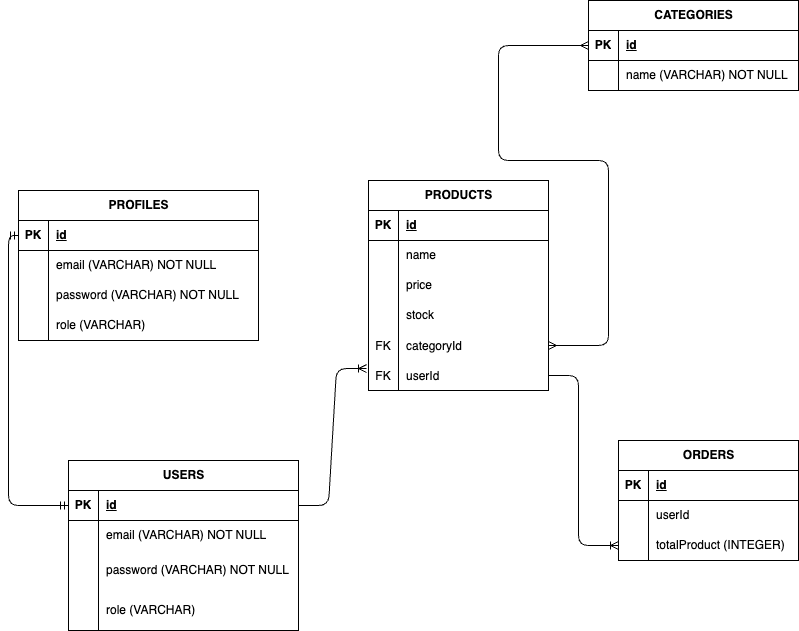
rassyamaulanahandoyo/Daily-Dose-Coffee keeps this draw.io diagram as schema.drawio.png. Above is the earlier version. Source tidied: cells renumbered, new cells last; positions are measured from the earlier drawing's top-left corner, leaving out a move shared by most shapes.
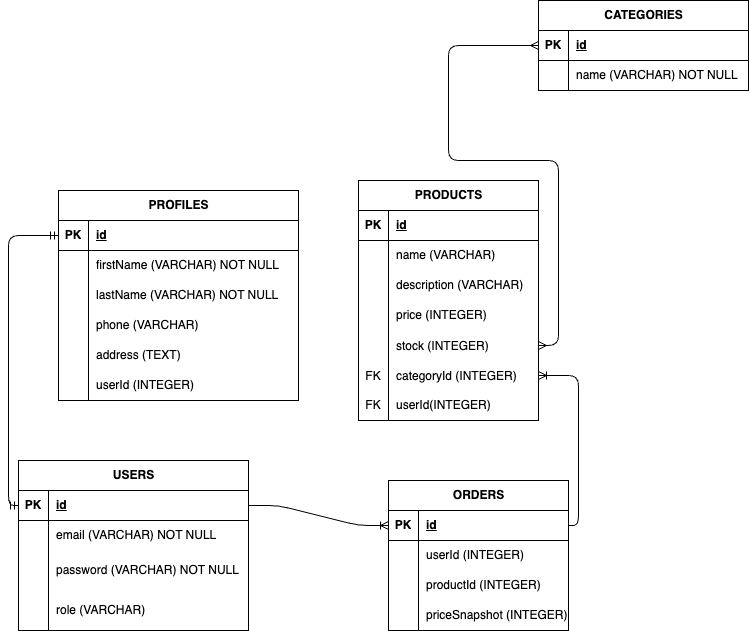
The same diagram one commit later.

Diff of the diagram source:
```diff
@@ -3,7 +3,7 @@
     <mxCell id="0" />
     <mxCell id="1" parent="0" />
     <mxCell id="2" value="PROFILES" style="shape=table;startSize=30;rowLines=0;fontStyle=1;align=center;html=1;" parent="1" vertex="1">
-      <mxGeometry y="190" width="240" height="150" as="geometry" />
+      <mxGeometry x="90" y="190" width="240" height="210" as="geometry" />
     </mxCell>
     <mxCell id="3" style="shape=tableRow;horizontal=0;startSize=0;swimlaneHead=0;swimlaneBody=0;fillColor=none;points=[[0,0.5],[1,0.5]];portConstraint=eastwest;top=0;left=0;right=0;bottom=1;" parent="2" vertex="1">
       <mxGeometry y="30" width="240" height="30" as="geometry" />
@@ -20,7 +20,7 @@
     <mxCell id="7" style="shape=partialRectangle;fillColor=none;top=0;left=0;bottom=0;right=0;overflow=hidden;whiteSpace=wrap;html=1;" parent="6" vertex="1">
       <mxGeometry width="30" height="30" as="geometry" />
     </mxCell>
-    <mxCell id="8" value="email (VARCHAR) NOT NULL&amp;nbsp;" style="shape=partialRectangle;fillColor=none;top=0;left=0;bottom=0;right=0;align=left;spacingLeft=6;overflow=hidden;whiteSpace=wrap;html=1;" parent="6" vertex="1">
+    <mxCell id="8" value="firstName (VARCHAR) NOT NULL&amp;nbsp;" style="shape=partialRectangle;fillColor=none;top=0;left=0;bottom=0;right=0;align=left;spacingLeft=6;overflow=hidden;whiteSpace=wrap;html=1;" parent="6" vertex="1">
       <mxGeometry x="30" width="210" height="30" as="geometry" />
     </mxCell>
     <mxCell id="9" style="shape=tableRow;horizontal=0;startSize=0;swimlaneHead=0;swimlaneBody=0;fillColor=none;top=0;left=0;right=0;bottom=0;" parent="2" vertex="1">
@@ -29,7 +29,7 @@
     <mxCell id="10" style="shape=partialRectangle;fillColor=none;top=0;left=0;bottom=0;right=0;overflow=hidden;whiteSpace=wrap;html=1;" parent="9" vertex="1">
       <mxGeometry width="30" height="30" as="geometry" />
     </mxCell>
-    <mxCell id="11" value="password (VARCHAR) NOT NULL" style="shape=partialRectangle;fillColor=none;top=0;left=0;bottom=0;right=0;align=left;spacingLeft=6;overflow=hidden;whiteSpace=wrap;html=1;" parent="9" vertex="1">
+    <mxCell id="11" value="lastName (VARCHAR) NOT NULL" style="shape=partialRectangle;fillColor=none;top=0;left=0;bottom=0;right=0;align=left;spacingLeft=6;overflow=hidden;whiteSpace=wrap;html=1;" parent="9" vertex="1">
       <mxGeometry x="30" width="210" height="30" as="geometry" />
     </mxCell>
     <mxCell id="12" style="shape=tableRow;horizontal=0;startSize=0;swimlaneHead=0;swimlaneBody=0;fillColor=none;top=0;left=0;right=0;bottom=0;" parent="2" vertex="1">
@@ -38,9 +38,27 @@
     <mxCell id="13" style="shape=partialRectangle;fillColor=none;top=0;left=0;bottom=0;right=0;overflow=hidden;whiteSpace=wrap;html=1;" parent="12" vertex="1">
       <mxGeometry width="30" height="30" as="geometry" />
     </mxCell>
-    <mxCell id="14" value="role (VARCHAR)" style="shape=partialRectangle;fillColor=none;top=0;left=0;bottom=0;right=0;align=left;spacingLeft=6;overflow=hidden;whiteSpace=wrap;html=1;" parent="12" vertex="1">
+    <mxCell id="14" value="phone (VARCHAR)" style="shape=partialRectangle;fillColor=none;top=0;left=0;bottom=0;right=0;align=left;spacingLeft=6;overflow=hidden;whiteSpace=wrap;html=1;" parent="12" vertex="1">
       <mxGeometry x="30" width="210" height="30" as="geometry" />
     </mxCell>
+    <mxCell id="68" style="shape=tableRow;horizontal=0;startSize=0;swimlaneHead=0;swimlaneBody=0;fillColor=none;top=0;left=0;right=0;bottom=0;" parent="2" vertex="1">
+      <mxGeometry y="150" width="240" height="30" as="geometry" />
+    </mxCell>
+    <mxCell id="69" style="shape=partialRectangle;fillColor=none;top=0;left=0;bottom=0;right=0;overflow=hidden;whiteSpace=wrap;html=1;" parent="68" vertex="1">
+      <mxGeometry width="30" height="30" as="geometry" />
+    </mxCell>
+    <mxCell id="70" value="address (TEXT)" style="shape=partialRectangle;fillColor=none;top=0;left=0;bottom=0;right=0;align=left;spacingLeft=6;overflow=hidden;whiteSpace=wrap;html=1;" parent="68" vertex="1">
+      <mxGeometry x="30" width="210" height="30" as="geometry" />
+    </mxCell>
+    <mxCell id="71" style="shape=tableRow;horizontal=0;startSize=0;swimlaneHead=0;swimlaneBody=0;fillColor=none;top=0;left=0;right=0;bottom=0;" parent="2" vertex="1">
+      <mxGeometry y="180" width="240" height="30" as="geometry" />
+    </mxCell>
+    <mxCell id="72" style="shape=partialRectangle;fillColor=none;top=0;left=0;bottom=0;right=0;overflow=hidden;whiteSpace=wrap;html=1;" parent="71" vertex="1">
+      <mxGeometry width="30" height="30" as="geometry" />
+    </mxCell>
+    <mxCell id="73" value="userId (INTEGER)" style="shape=partialRectangle;fillColor=none;top=0;left=0;bottom=0;right=0;align=left;spacingLeft=6;overflow=hidden;whiteSpace=wrap;html=1;" parent="71" vertex="1">
+      <mxGeometry x="30" width="210" height="30" as="geometry" />
+    </mxCell>
     <mxCell id="15" value="USERS" style="shape=table;startSize=30;rowLines=0;fontStyle=1;align=center;html=1;" parent="1" vertex="1">
       <mxGeometry x="50" y="460" width="230" height="170" as="geometry" />
     </mxCell>
@@ -81,7 +99,7 @@
       <mxGeometry x="30" width="200" height="40" as="geometry" />
     </mxCell>
     <mxCell id="28" value="PRODUCTS" style="shape=table;startSize=30;rowLines=0;fontStyle=1;align=center;html=1;" parent="1" vertex="1">
-      <mxGeometry x="350" y="180" width="180" height="210" as="geometry" />
+      <mxGeometry x="390" y="180" width="180" height="240" as="geometry" />
     </mxCell>
     <mxCell id="29" style="shape=tableRow;horizontal=0;startSize=0;swimlaneHead=0;swimlaneBody=0;fillColor=none;top=0;left=0;right=0;bottom=1;" parent="28" vertex="1">
       <mxGeometry y="30" width="180" height="30" as="geometry" />
@@ -98,7 +116,7 @@
     <mxCell id="33" style="shape=partialRectangle;fillColor=none;top=0;left=0;bottom=0;right=0;overflow=hidden;whiteSpace=wrap;html=1;" parent="32" vertex="1">
       <mxGeometry width="30" height="30" as="geometry" />
     </mxCell>
-    <mxCell id="34" value="name" style="shape=partialRectangle;fillColor=none;top=0;left=0;bottom=0;right=0;align=left;spacingLeft=6;overflow=hidden;whiteSpace=wrap;html=1;" parent="32" vertex="1">
+    <mxCell id="34" value="name (VARCHAR)" style="shape=partialRectangle;fillColor=none;top=0;left=0;bottom=0;right=0;align=left;spacingLeft=6;overflow=hidden;whiteSpace=wrap;html=1;" parent="32" vertex="1">
       <mxGeometry x="30" width="150" height="30" as="geometry" />
     </mxCell>
     <mxCell id="35" style="shape=tableRow;horizontal=0;startSize=0;swimlaneHead=0;swimlaneBody=0;fillColor=none;top=0;left=0;right=0;bottom=0;" parent="28" vertex="1">
@@ -107,7 +125,7 @@
     <mxCell id="36" style="shape=partialRectangle;fillColor=none;top=0;left=0;bottom=0;right=0;overflow=hidden;whiteSpace=wrap;html=1;" parent="35" vertex="1">
       <mxGeometry width="30" height="30" as="geometry" />
     </mxCell>
-    <mxCell id="37" value="price" style="shape=partialRectangle;fillColor=none;top=0;left=0;bottom=0;right=0;align=left;spacingLeft=6;overflow=hidden;whiteSpace=wrap;html=1;" parent="35" vertex="1">
+    <mxCell id="37" value="description (VARCHAR)" style="shape=partialRectangle;fillColor=none;top=0;left=0;bottom=0;right=0;align=left;spacingLeft=6;overflow=hidden;whiteSpace=wrap;html=1;" parent="35" vertex="1">
       <mxGeometry x="30" width="150" height="30" as="geometry" />
     </mxCell>
     <mxCell id="38" style="shape=tableRow;horizontal=0;startSize=0;swimlaneHead=0;swimlaneBody=0;fillColor=none;top=0;left=0;right=0;bottom=0;" parent="28" vertex="1">
@@ -116,16 +134,16 @@
     <mxCell id="39" style="shape=partialRectangle;fillColor=none;top=0;left=0;bottom=0;right=0;overflow=hidden;whiteSpace=wrap;html=1;" parent="38" vertex="1">
       <mxGeometry width="30" height="30" as="geometry" />
     </mxCell>
-    <mxCell id="40" value="stock" style="shape=partialRectangle;fillColor=none;top=0;left=0;bottom=0;right=0;align=left;spacingLeft=6;overflow=hidden;whiteSpace=wrap;html=1;" parent="38" vertex="1">
+    <mxCell id="40" value="price (INTEGER)" style="shape=partialRectangle;fillColor=none;top=0;left=0;bottom=0;right=0;align=left;spacingLeft=6;overflow=hidden;whiteSpace=wrap;html=1;" parent="38" vertex="1">
       <mxGeometry x="30" width="150" height="30" as="geometry" />
     </mxCell>
     <mxCell id="41" style="shape=tableRow;horizontal=0;startSize=0;swimlaneHead=0;swimlaneBody=0;fillColor=none;points=[[0,0.5],[1,0.5]];portConstraint=eastwest;top=0;left=0;right=0;bottom=0;" parent="28" vertex="1">
       <mxGeometry y="150" width="180" height="30" as="geometry" />
     </mxCell>
-    <mxCell id="42" value="FK" style="shape=partialRectangle;fillColor=none;top=0;left=0;bottom=0;right=0;overflow=hidden;" parent="41" vertex="1">
+    <mxCell id="42" style="shape=partialRectangle;fillColor=none;top=0;left=0;bottom=0;right=0;overflow=hidden;" parent="41" vertex="1">
       <mxGeometry width="30" height="30" as="geometry" />
     </mxCell>
-    <mxCell id="43" value="categoryId" style="shape=partialRectangle;fillColor=none;top=0;left=0;bottom=0;right=0;align=left;spacingLeft=6;overflow=hidden;" parent="41" vertex="1">
+    <mxCell id="43" value="stock (INTEGER)" style="shape=partialRectangle;fillColor=none;top=0;left=0;bottom=0;right=0;align=left;spacingLeft=6;overflow=hidden;" parent="41" vertex="1">
       <mxGeometry x="30" width="150" height="30" as="geometry" />
     </mxCell>
     <mxCell id="44" style="shape=tableRow;horizontal=0;startSize=0;swimlaneHead=0;swimlaneBody=0;fillColor=none;points=[[0,0.5],[1,0.5]];portConstraint=eastwest;top=0;left=0;right=0;bottom=0;" parent="28" vertex="1">
@@ -134,10 +152,19 @@
     <mxCell id="45" value="FK" style="shape=partialRectangle;fillColor=none;top=0;left=0;bottom=0;right=0;overflow=hidden;" parent="44" vertex="1">
       <mxGeometry width="30" height="30" as="geometry" />
     </mxCell>
-    <mxCell id="46" value="userId" style="shape=partialRectangle;fillColor=none;top=0;left=0;bottom=0;right=0;align=left;spacingLeft=6;overflow=hidden;" parent="44" vertex="1">
+    <mxCell id="46" value="categoryId (INTEGER)" style="shape=partialRectangle;fillColor=none;top=0;left=0;bottom=0;right=0;align=left;spacingLeft=6;overflow=hidden;" parent="44" vertex="1">
       <mxGeometry x="30" width="150" height="30" as="geometry" />
     </mxCell>
+    <mxCell id="74" style="shape=tableRow;horizontal=0;startSize=0;swimlaneHead=0;swimlaneBody=0;fillColor=none;top=0;left=0;right=0;bottom=0;" parent="28" vertex="1">
+      <mxGeometry y="210" width="180" height="30" as="geometry" />
+    </mxCell>
+    <mxCell id="75" value="FK" style="shape=partialRectangle;fillColor=none;top=0;left=0;bottom=0;right=0;overflow=hidden;whiteSpace=wrap;html=1;" parent="74" vertex="1">
+      <mxGeometry width="30" height="30" as="geometry" />
+    </mxCell>
+    <mxCell id="76" value="userId(INTEGER)" style="shape=partialRectangle;fillColor=none;top=0;left=0;bottom=0;right=0;align=left;spacingLeft=6;overflow=hidden;whiteSpace=wrap;html=1;" parent="74" vertex="1">
+      <mxGeometry x="30" width="150" height="30" as="geometry" />
+    </mxCell>
-    <mxCell id="47" style="edgeStyle=entityRelationEdgeStyle;fontSize=12;html=1;endArrow=ERoneToMany;exitX=1;exitY=0.5;exitDx=0;exitDy=0;entryX=-0.011;entryY=0.267;entryDx=0;entryDy=0;entryPerimeter=0;" parent="1" edge="1" source="16" target="44">
+    <mxCell id="47" style="edgeStyle=entityRelationEdgeStyle;fontSize=12;html=1;endArrow=ERoneToMany;exitX=1;exitY=0.5;exitDx=0;exitDy=0;entryX=0;entryY=0.5;entryDx=0;entryDy=0;" parent="1" edge="1" source="16" target="57">
       <mxGeometry relative="1" as="geometry" />
     </mxCell>
     <mxCell id="48" style="edgeStyle=orthogonalEdgeStyle;fontSize=12;html=1;endArrow=ERmandOne;startArrow=ERmandOne;exitX=0;exitY=0.5;exitDx=0;exitDy=0;entryX=0;entryY=0.5;entryDx=0;entryDy=0;" parent="1" edge="1" source="3" target="16">
@@ -165,7 +192,7 @@
       <mxGeometry x="30" width="180" height="30" as="geometry" />
     </mxCell>
     <mxCell id="56" value="ORDERS" style="shape=table;startSize=30;rowLines=0;fontStyle=1;align=center;html=1;" parent="1" vertex="1">
-      <mxGeometry x="600" y="440" width="180" height="120" as="geometry" />
+      <mxGeometry x="420" y="480" width="180" height="150" as="geometry" />
     </mxCell>
     <mxCell id="57" style="shape=tableRow;horizontal=0;startSize=0;swimlaneHead=0;swimlaneBody=0;fillColor=none;points=[[0,0.5],[1,0.5]];portConstraint=eastwest;top=0;left=0;right=0;bottom=1;" parent="56" vertex="1">
       <mxGeometry y="30" width="180" height="30" as="geometry" />
@@ -182,7 +209,7 @@
     <mxCell id="61" style="shape=partialRectangle;fillColor=none;top=0;left=0;bottom=0;right=0;overflow=hidden;whiteSpace=wrap;html=1;" parent="60" vertex="1">
       <mxGeometry width="30" height="30" as="geometry" />
     </mxCell>
-    <mxCell id="62" value="userId" style="shape=partialRectangle;fillColor=none;top=0;left=0;bottom=0;right=0;align=left;spacingLeft=6;overflow=hidden;whiteSpace=wrap;html=1;" parent="60" vertex="1">
+    <mxCell id="62" value="userId (INTEGER)" style="shape=partialRectangle;fillColor=none;top=0;left=0;bottom=0;right=0;align=left;spacingLeft=6;overflow=hidden;whiteSpace=wrap;html=1;" parent="60" vertex="1">
       <mxGeometry x="30" width="150" height="30" as="geometry" />
     </mxCell>
     <mxCell id="63" style="shape=tableRow;horizontal=0;startSize=0;swimlaneHead=0;swimlaneBody=0;fillColor=none;points=[[0,0.5],[1,0.5]];portConstraint=eastwest;top=0;left=0;right=0;bottom=0;" parent="56" vertex="1">
@@ -191,17 +218,18 @@
     <mxCell id="64" style="shape=partialRectangle;fillColor=none;top=0;left=0;bottom=0;right=0;overflow=hidden;whiteSpace=wrap;html=1;" parent="63" vertex="1">
       <mxGeometry width="30" height="30" as="geometry" />
     </mxCell>
-    <mxCell id="65" value="totalProduct (INTEGER)" style="shape=partialRectangle;fillColor=none;top=0;left=0;bottom=0;right=0;align=left;spacingLeft=6;overflow=hidden;whiteSpace=wrap;html=1;" parent="63" vertex="1">
+    <mxCell id="65" value="productId (INTEGER)" style="shape=partialRectangle;fillColor=none;top=0;left=0;bottom=0;right=0;align=left;spacingLeft=6;overflow=hidden;whiteSpace=wrap;html=1;" parent="63" vertex="1">
       <mxGeometry x="30" width="150" height="30" as="geometry" />
     </mxCell>
-    <mxCell id="66" style="edgeStyle=orthogonalEdgeStyle;fontSize=12;html=1;endArrow=ERoneToMany;exitX=1;exitY=0.5;exitDx=0;exitDy=0;entryX=0;entryY=0.5;entryDx=0;entryDy=0;" parent="1" edge="1" source="44" target="63">
-      <mxGeometry relative="1" as="geometry">
-        <Array as="points">
-          <mxPoint x="560" y="375" />
-          <mxPoint x="560" y="545" />
-        </Array>
-      </mxGeometry>
-    </mxCell>
+    <mxCell id="77" style="shape=tableRow;horizontal=0;startSize=0;swimlaneHead=0;swimlaneBody=0;fillColor=none;top=0;left=0;right=0;bottom=0;" parent="56" vertex="1">
+      <mxGeometry y="120" width="180" height="30" as="geometry" />
+    </mxCell>
+    <mxCell id="78" style="shape=partialRectangle;fillColor=none;top=0;left=0;bottom=0;right=0;overflow=hidden;whiteSpace=wrap;html=1;" parent="77" vertex="1">
+      <mxGeometry width="30" height="30" as="geometry" />
+    </mxCell>
+    <mxCell id="79" value="priceSnapshot (INTEGER)" style="shape=partialRectangle;fillColor=none;top=0;left=0;bottom=0;right=0;align=left;spacingLeft=6;overflow=hidden;whiteSpace=wrap;html=1;" parent="77" vertex="1">
+      <mxGeometry x="30" width="150" height="30" as="geometry" />
+    </mxCell>
     <mxCell id="67" style="edgeStyle=orthogonalEdgeStyle;fontSize=12;html=1;endArrow=ERmany;startArrow=ERmany;exitX=1;exitY=0.5;exitDx=0;exitDy=0;entryX=0;entryY=0.5;entryDx=0;entryDy=0;" parent="1" edge="1" source="41" target="50">
       <mxGeometry relative="1" as="geometry">
         <Array as="points">
@@ -212,5 +240,8 @@
         </Array>
       </mxGeometry>
     </mxCell>
+    <mxCell id="80" style="edgeStyle=orthogonalEdgeStyle;fontSize=12;html=1;endArrow=ERoneToMany;exitX=1;exitY=0.5;exitDx=0;exitDy=0;entryX=1;entryY=0.5;entryDx=0;entryDy=0;" parent="1" edge="1" source="57" target="44">
+      <mxGeometry relative="1" as="geometry" />
+    </mxCell>
   </root>
 </mxGraphModel>
```
